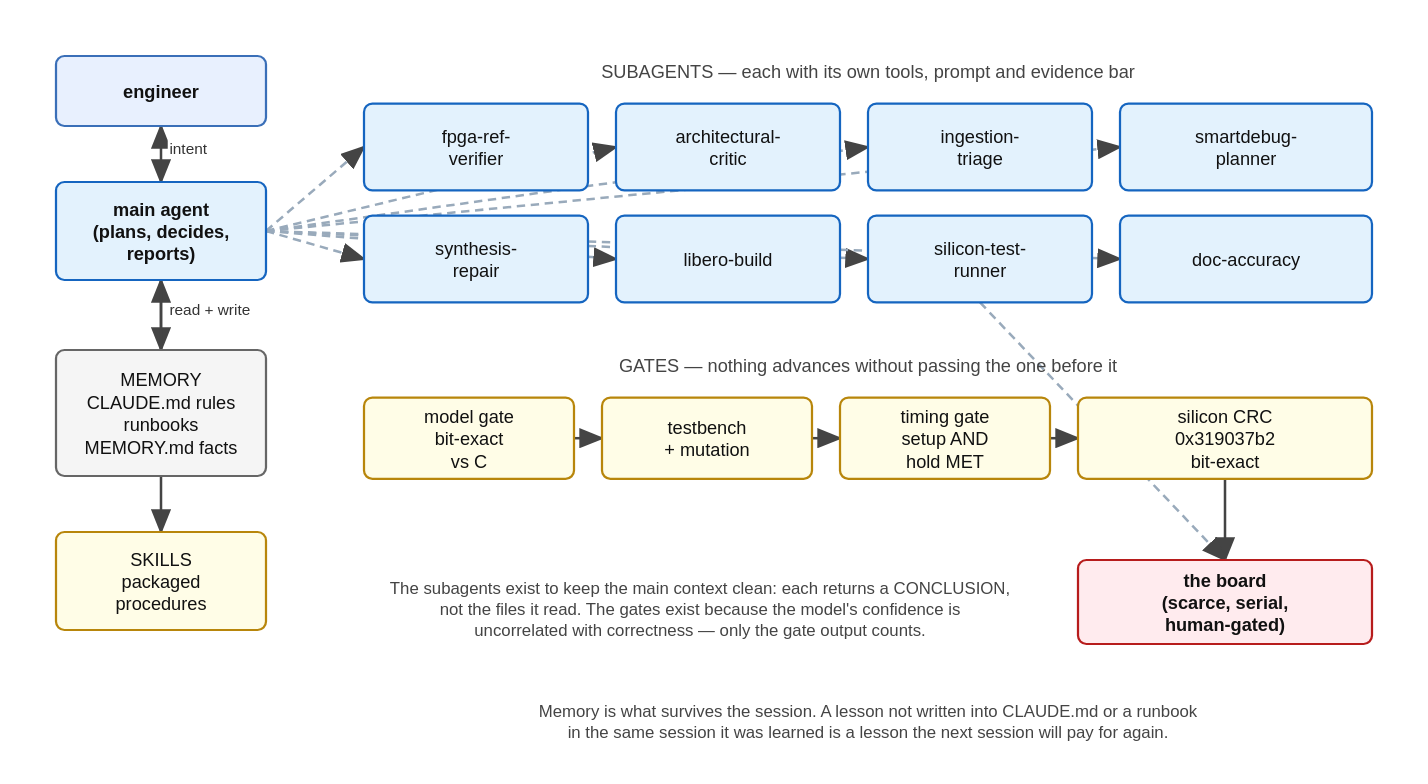
The draw.io diagram docs/slides/diagrams/fig-orchestration.drawio.svg in futureproofbear/mpfs250t-sar-ifp, before a commit. Source tidied: cells renumbered, new cells last; positions are measured from the earlier drawing's top-left corner, leaving out a move shared by most shapes.
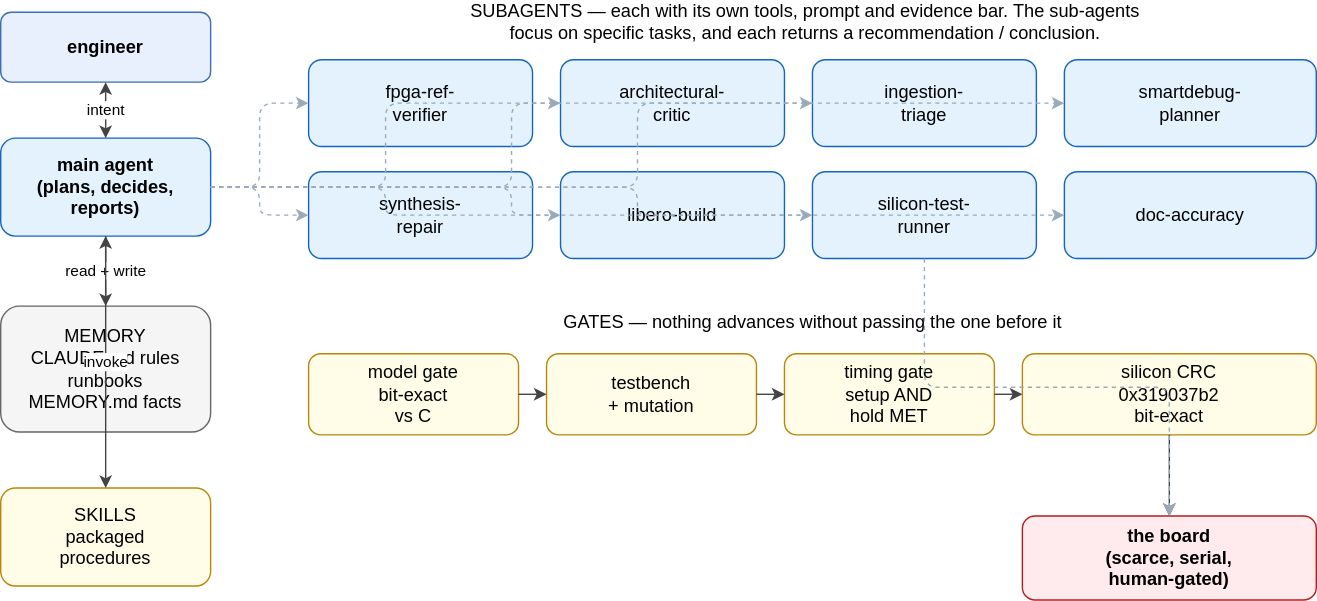
The same file after the commit.

Commit message:
slides: user edits to the loop and orchestration figures (draw.io)

What changed in the source:
```diff
@@ -14,8 +14,8 @@
     <mxCell id="5" value="SKILLS&#10;packaged&#10;procedures" style="rounded=1;whiteSpace=wrap;html=1;fillColor=#FFFDE7;strokeColor=#B8860B;fontSize=13;fontFamily=Helvetica;align=center;verticalAlign=middle;" parent="1" vertex="1">
       <mxGeometry y="340" width="150" height="70" as="geometry" />
     </mxCell>
-    <mxCell id="6" value="SUBAGENTS  —  each with its own tools, prompt and evidence bar" style="text;html=1;strokeColor=none;fillColor=none;align=center;verticalAlign=middle;fontSize=13;fontFamily=Helvetica;" parent="1" vertex="1">
-      <mxGeometry x="220" width="720" height="22" as="geometry" />
+    <mxCell id="6" value="SUBAGENTS  —  each with its own tools, prompt and evidence bar. The sub-agents focus on specific tasks, and each returns a recommendation / conclusion.&amp;nbsp;&amp;nbsp;" style="text;html=1;strokeColor=none;fillColor=none;align=center;verticalAlign=middle;fontSize=13;fontFamily=Helvetica;whiteSpace=wrap;" parent="1" vertex="1">
+      <mxGeometry x="330" y="-4" width="490" height="22" as="geometry" />
     </mxCell>
     <mxCell id="7" value="fpga-ref-&#10;verifier" style="rounded=1;whiteSpace=wrap;html=1;fillColor=#E3F2FD;strokeColor=#1565C0;fontSize=13;fontFamily=Helvetica;align=center;verticalAlign=middle;" parent="1" vertex="1">
       <mxGeometry x="220" y="34" width="160" height="62" as="geometry" />
@@ -59,12 +59,6 @@
     <mxCell id="20" value="the board&#10;(scarce, serial,&#10;human-gated)" style="rounded=1;whiteSpace=wrap;html=1;fillColor=#FFEBEE;strokeColor=#B71C1C;fontSize=13;fontFamily=Helvetica;align=center;verticalAlign=middle;fontStyle=1;" parent="1" vertex="1">
       <mxGeometry x="730" y="360" width="210" height="60" as="geometry" />
     </mxCell>
-    <mxCell id="21" value="The subagents exist to keep the main context clean: each returns a CONCLUSION,&#10;not the files it read. The gates exist because the model's confidence is&#10;uncorrelated with correctness — only the gate output counts." style="text;html=1;strokeColor=none;fillColor=none;align=center;verticalAlign=middle;fontSize=12;fontFamily=Helvetica;" parent="1" vertex="1">
-      <mxGeometry x="220" y="360" width="480" height="70" as="geometry" />
-    </mxCell>
-    <mxCell id="22" value="Memory is what survives the session. A lesson not written into CLAUDE.md or a runbook&#10;in the same session it was learned is a lesson the next session will pay for again." style="text;html=1;strokeColor=none;fillColor=none;align=center;verticalAlign=middle;fontSize=12;fontFamily=Helvetica;" parent="1" vertex="1">
-      <mxGeometry x="220" y="450" width="720" height="50" as="geometry" />
-    </mxCell>
     <mxCell id="23" value="intent" style="edgeStyle=orthogonalEdgeStyle;rounded=1;html=1;fontSize=11;strokeColor=#444444;startArrow=classic;startFill=1;" parent="1" edge="1" source="2" target="3">
       <mxGeometry relative="1" as="geometry" />
     </mxCell>
```
